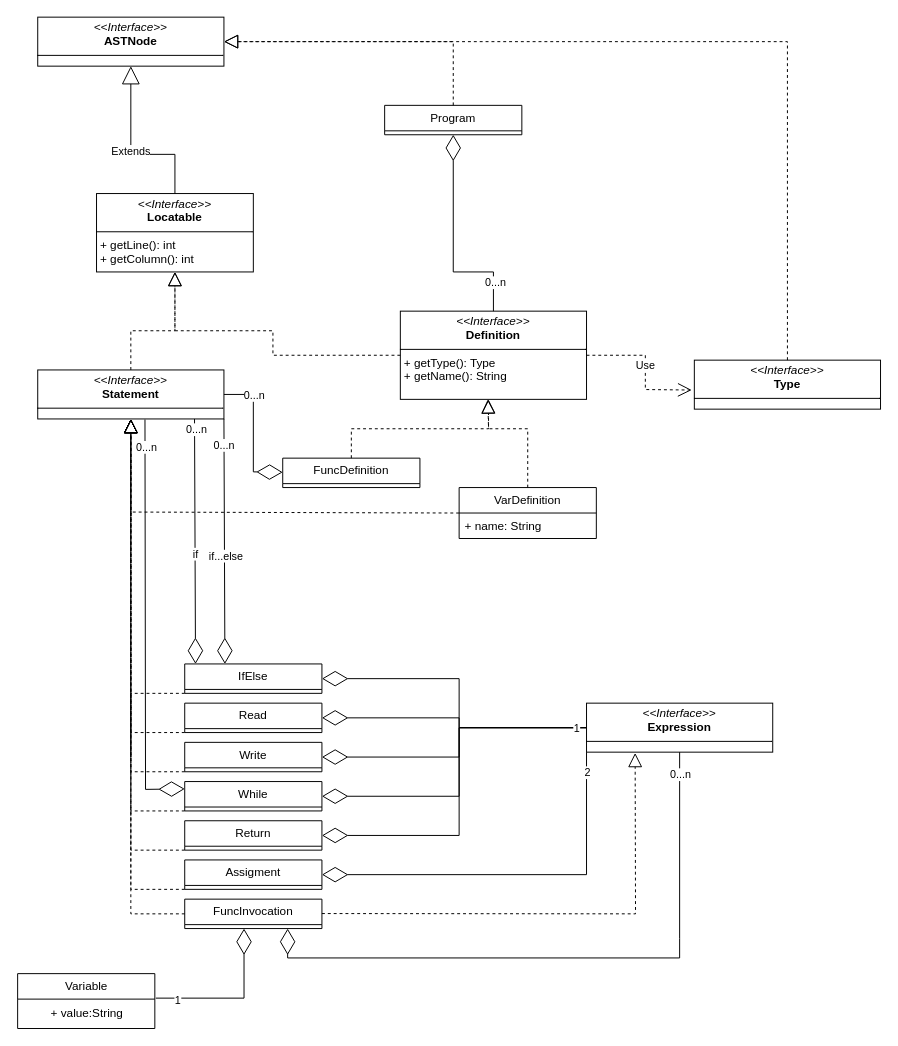
Earlier version of the draw.io diagram uml/Statements.drawio (MGP-71/DLP_UO277574_2024-25). Source tidied: cells renumbered, new cells numbered last; positions are measured from the earlier drawing's top-left corner, leaving out a move shared by most shapes. Both pictures are drawn from the tidied source at 98%, with x=0, y=0 at pixel (18, 17).
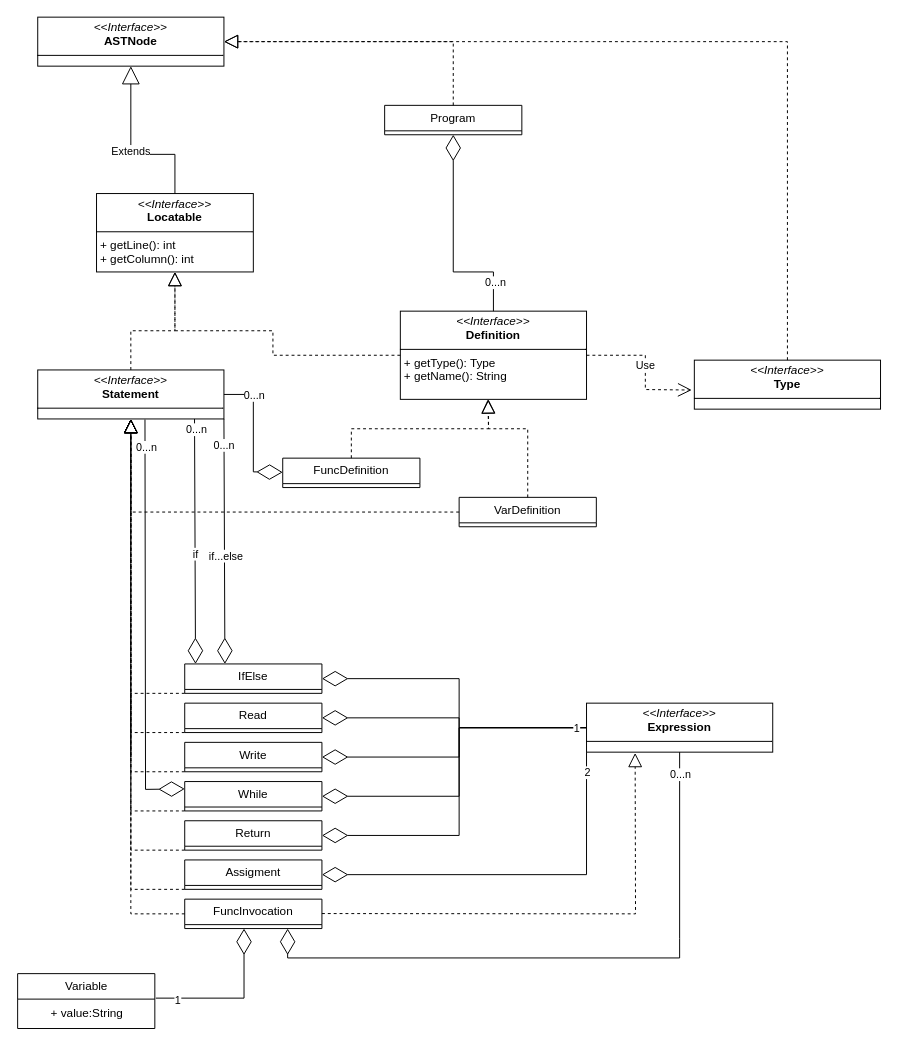
The same diagram, later.

The edit, as a diff of the source:
```diff
@@
     <mxCell id="16" value="VarDefinition" style="swimlane;fontStyle=0;horizontal=1;startSize=26;fillColor=none;whiteSpace=wrap;html=1;" parent="1" vertex="1">
-      <mxGeometry x="450" y="480" width="140" height="52" as="geometry" />
+      <mxGeometry x="450" y="490" width="140" height="30" as="geometry" />
     </mxCell>
-    <mxCell id="17" value="&lt;span style=&quot;text-align: center; text-wrap: nowrap;&quot;&gt;+ name: String&lt;/span&gt;" style="text;strokeColor=none;fillColor=none;align=left;verticalAlign=top;spacingLeft=4;spacingRight=4;overflow=hidden;whiteSpace=wrap;html=1;" parent="16" vertex="1">
-      <mxGeometry y="26" width="140" height="26" as="geometry" />
-    </mxCell>
```
